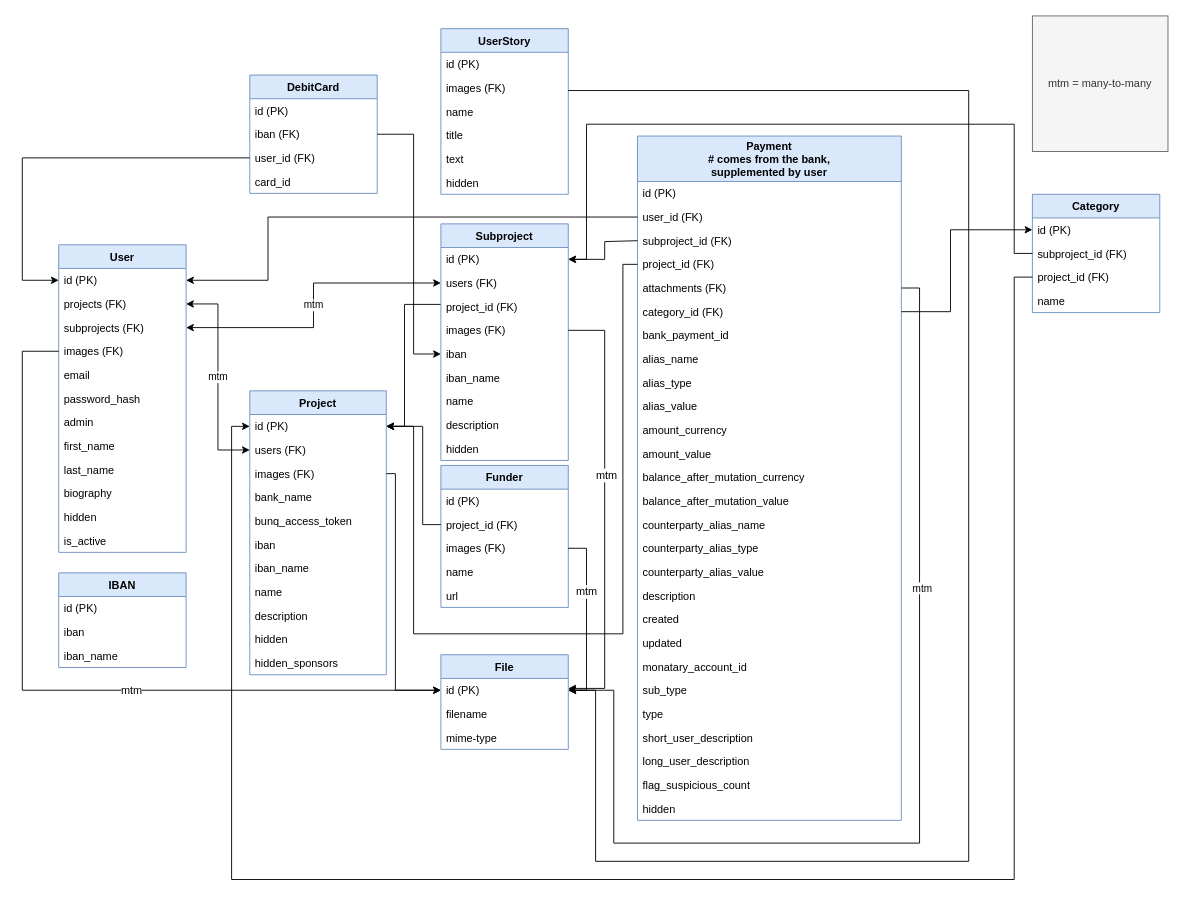
Above: open_poen_database_schema.drawio in openstate/open-poen (draw.io), before the change. Source tidied: cells renumbered, new cells numbered last; positions are measured from the earlier drawing's top-left corner, leaving out a move shared by most shapes. Both pictures are drawn from the tidied source at 91%, with x=0, y=0 at pixel (22, 15).
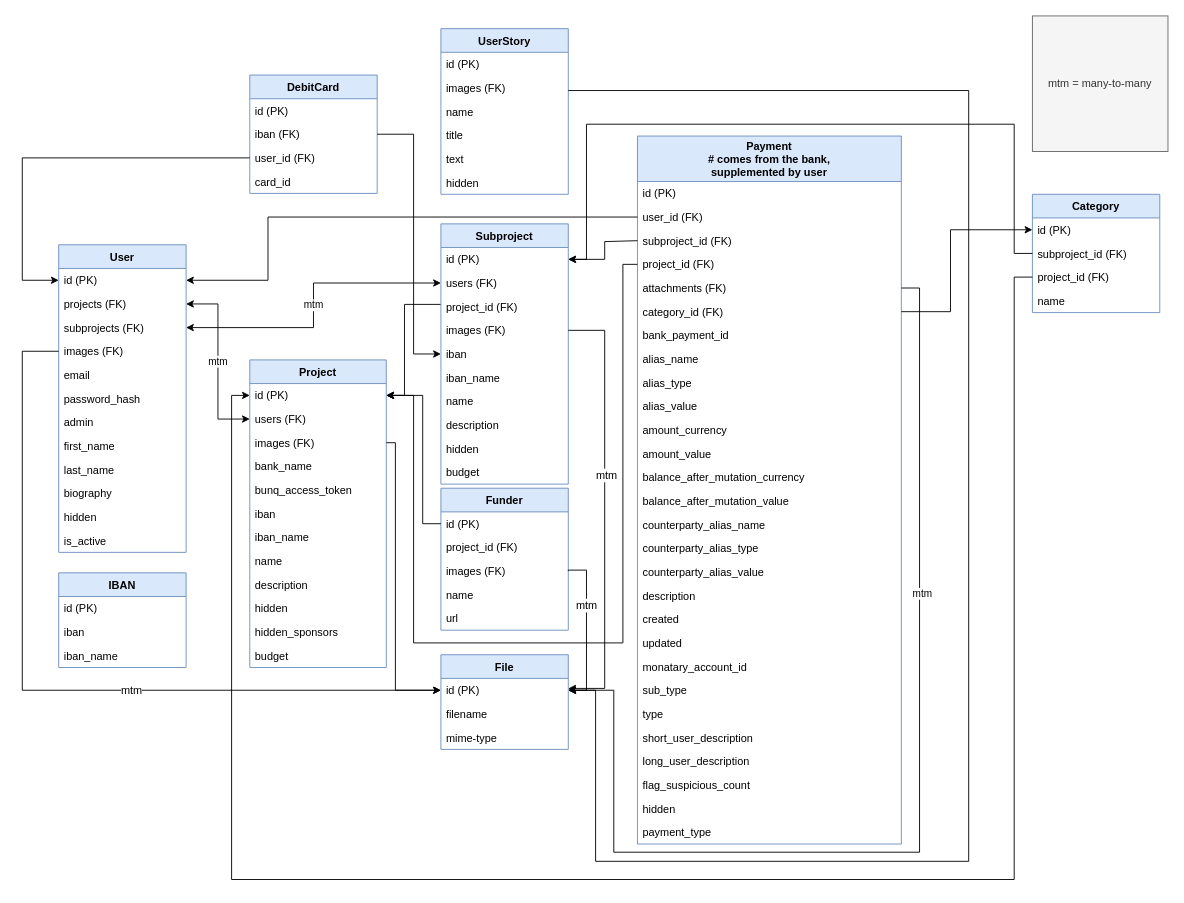
After the change.

Commit message:
Update database schema

Unchanged cells that the change refers to:
```xml
<mxCell id="6" value="project_id (FK)&#10;" style="text;strokeColor=none;fillColor=none;align=left;verticalAlign=top;spacingLeft=4;spacingRight=4;overflow=hidden;points=[[0,0.5],[1,0.5]];portConstraint=eastwest;" parent="2" vertex="1">
  <mxGeometry y="128" width="290" height="26" as="geometry" />
</mxCell>
<mxCell id="7" value="attachments (FK)" style="text;strokeColor=none;fillColor=none;align=left;verticalAlign=top;spacingLeft=4;spacingRight=4;overflow=hidden;points=[[0,0.5],[1,0.5]];portConstraint=eastwest;" parent="2" vertex="1">
  <mxGeometry y="154" width="290" height="26" as="geometry" />
</mxCell>
<mxCell id="45" value="id (PK)" style="text;strokeColor=none;fillColor=none;align=left;verticalAlign=top;spacingLeft=4;spacingRight=4;overflow=hidden;points=[[0,0.5],[1,0.5]];portConstraint=eastwest;" parent="44" vertex="1">
  <mxGeometry y="26" width="150" height="26" as="geometry" />
</mxCell>
<mxCell id="47" value="images (FK)" style="text;strokeColor=none;fillColor=none;align=left;verticalAlign=top;spacingLeft=4;spacingRight=4;overflow=hidden;points=[[0,0.5],[1,0.5]];portConstraint=eastwest;" parent="44" vertex="1">
  <mxGeometry y="78" width="150" height="26" as="geometry" />
</mxCell>
<mxCell id="60" value="project_id (FK)" style="text;strokeColor=none;fillColor=none;align=left;verticalAlign=top;spacingLeft=4;spacingRight=4;overflow=hidden;points=[[0,0.5],[1,0.5]];portConstraint=eastwest;" parent="57" vertex="1">
  <mxGeometry y="78" width="140" height="26" as="geometry" />
</mxCell>
<mxCell id="84" value="id (PK)" style="text;strokeColor=none;fillColor=none;align=left;verticalAlign=top;spacingLeft=4;spacingRight=4;overflow=hidden;points=[[0,0.5],[1,0.5]];portConstraint=eastwest;" parent="83" vertex="1">
  <mxGeometry y="26" width="140" height="26" as="geometry" />
</mxCell>
<mxCell id="85" value="project_id (FK)&#10;" style="text;strokeColor=none;fillColor=none;align=left;verticalAlign=top;spacingLeft=4;spacingRight=4;overflow=hidden;points=[[0,0.5],[1,0.5]];portConstraint=eastwest;" parent="83" vertex="1">
  <mxGeometry y="52" width="140" height="26" as="geometry" />
</mxCell>
<mxCell id="86" value="images (FK)" style="text;strokeColor=none;fillColor=none;align=left;verticalAlign=top;spacingLeft=4;spacingRight=4;overflow=hidden;points=[[0,0.5],[1,0.5]];portConstraint=eastwest;" parent="83" vertex="1">
  <mxGeometry y="78" width="140" height="26" as="geometry" />
</mxCell>
<mxCell id="96" value="id (PK)" style="text;strokeColor=none;fillColor=none;align=left;verticalAlign=top;spacingLeft=4;spacingRight=4;overflow=hidden;points=[[0,0.5],[1,0.5]];portConstraint=eastwest;" parent="95" vertex="1">
  <mxGeometry y="26" width="140" height="26" as="geometry" />
</mxCell>
<mxCell id="112" value="project_id (FK)" style="text;strokeColor=none;fillColor=none;align=left;verticalAlign=top;spacingLeft=4;spacingRight=4;overflow=hidden;points=[[0,0.5],[1,0.5]];portConstraint=eastwest;" parent="109" vertex="1">
  <mxGeometry y="78" width="140" height="26" as="geometry" />
</mxCell>
```

Diff of the diagram source:
```diff
@@
     <mxCell id="2" value="Payment&#10;# comes from the bank,&#10;supplemented by user" style="swimlane;fontStyle=1;horizontal=1;startSize=50;fillColor=#dae8fc;strokeColor=#6c8ebf;" parent="1" vertex="1">
-      <mxGeometry x="676" y="132" width="290" height="752" as="geometry" />
+      <mxGeometry x="676" y="132" width="290" height="778" as="geometry" />
     </mxCell>
@@
+    <mxCell id="119" value="payment_type" style="text;strokeColor=none;fillColor=none;align=left;verticalAlign=top;spacingLeft=4;spacingRight=4;overflow=hidden;" parent="2" vertex="1">
+      <mxGeometry y="752" width="290" height="26" as="geometry" />
+    </mxCell>
@@
     <mxCell id="44" value="Project" style="swimlane;fontStyle=1;horizontal=1;startSize=26;fillColor=#dae8fc;strokeColor=#6c8ebf;" parent="1" vertex="1">
-      <mxGeometry x="250" y="412" width="150" height="312" as="geometry" />
+      <mxGeometry x="250" y="378" width="150" height="338" as="geometry" />
     </mxCell>
@@
-    <mxCell id="55" value="hidden_sponsors&#10;" style="text;strokeColor=none;fillColor=none;align=left;verticalAlign=top;spacingLeft=4;spacingRight=4;overflow=hidden;" parent="44" vertex="1">
+    <mxCell id="55" value="hidden_sponsors" style="text;strokeColor=none;fillColor=none;align=left;verticalAlign=top;spacingLeft=4;spacingRight=4;overflow=hidden;" parent="44" vertex="1">
       <mxGeometry y="286" width="150" height="26" as="geometry" />
     </mxCell>
+    <mxCell id="120" value="budget" style="text;strokeColor=none;fillColor=none;align=left;verticalAlign=top;spacingLeft=4;spacingRight=4;overflow=hidden;" parent="44" vertex="1">
+      <mxGeometry y="312" width="150" height="26" as="geometry" />
+    </mxCell>
     <mxCell id="56" style="edgeStyle=orthogonalEdgeStyle;rounded=0;jettySize=auto;html=1;entryX=1;entryY=0.5;entryDx=0;entryDy=0;" parent="1" edge="1" source="60" target="45">
       <mxGeometry relative="1" as="geometry">
         <Array as="points">
           <mxPoint x="420" y="317" />
-          <mxPoint x="420" y="451" />
+          <mxPoint x="420" y="417" />
         </Array>
       </mxGeometry>
     </mxCell>
     <mxCell id="57" value="Subproject" style="swimlane;fontStyle=1;horizontal=1;startSize=26;fillColor=#dae8fc;strokeColor=#6c8ebf;" parent="1" vertex="1">
-      <mxGeometry x="460" y="228.5" width="140" height="260" as="geometry" />
+      <mxGeometry x="460" y="228.5" width="140" height="286" as="geometry" />
     </mxCell>
@@
+    <mxCell id="121" value="budget" style="text;strokeColor=none;fillColor=none;align=left;verticalAlign=top;spacingLeft=4;spacingRight=4;overflow=hidden;" parent="57" vertex="1">
+      <mxGeometry y="260" width="140" height="26" as="geometry" />
+    </mxCell>
@@
     <mxCell id="83" value="Funder" style="swimlane;fontStyle=1;horizontal=1;startSize=26;fillColor=#dae8fc;strokeColor=#6c8ebf;" parent="1" vertex="1">
-      <mxGeometry x="460" y="494" width="140" height="156" as="geometry" />
+      <mxGeometry x="460" y="519" width="140" height="156" as="geometry" />
     </mxCell>
@@
     <mxCell id="89" style="edgeStyle=orthogonalEdgeStyle;rounded=0;jettySize=auto;html=1;entryX=1;entryY=0.5;entryDx=0;entryDy=0;exitX=0;exitY=0.5;exitDx=0;exitDy=0;" parent="1" edge="1" source="6" target="45">
       <mxGeometry relative="1" as="geometry">
         <Array as="points">
           <mxPoint x="660" y="273" />
-          <mxPoint x="660" y="679" />
-          <mxPoint x="430" y="679" />
-          <mxPoint x="430" y="451" />
+          <mxPoint x="660" y="689" />
+          <mxPoint x="430" y="689" />
+          <mxPoint x="430" y="417" />
         </Array>
       </mxGeometry>
     </mxCell>
-    <mxCell id="90" style="edgeStyle=orthogonalEdgeStyle;rounded=0;jettySize=auto;html=1;" parent="1" edge="1" source="85" target="45">
-      <mxGeometry relative="1" as="geometry">
-        <Array as="points">
-          <mxPoint x="440" y="559" />
-          <mxPoint x="440" y="451" />
-        </Array>
-      </mxGeometry>
-    </mxCell>
@@
     <mxCell id="105" style="edgeStyle=orthogonalEdgeStyle;rounded=0;jettySize=auto;html=1;entryX=0;entryY=0.5;entryDx=0;entryDy=0;startArrow=none;startFill=0;exitX=1;exitY=0.5;exitDx=0;exitDy=0;" parent="1" edge="1" source="47" target="96">
       <mxGeometry relative="1" as="geometry">
         <Array as="points">
-          <mxPoint x="410" y="503" />
+          <mxPoint x="410" y="469" />
           <mxPoint x="410" y="741" />
         </Array>
       </mxGeometry>
     </mxCell>
     <mxCell id="106" style="edgeStyle=orthogonalEdgeStyle;rounded=0;jettySize=auto;html=1;entryX=1;entryY=0.5;entryDx=0;entryDy=0;startArrow=none;startFill=0;exitX=1;exitY=0.5;exitDx=0;exitDy=0;" parent="1" edge="1" source="86" target="96">
       <mxGeometry relative="1" as="geometry">
         <Array as="points">
-          <mxPoint x="620" y="585" />
+          <mxPoint x="600" y="609" />
+          <mxPoint x="620" y="609" />
           <mxPoint x="620" y="741" />
         </Array>
       </mxGeometry>
     </mxCell>
@@
     <mxCell id="115" style="edgeStyle=orthogonalEdgeStyle;rounded=0;jettySize=auto;html=1;entryX=0;entryY=0.5;entryDx=0;entryDy=0;" parent="1" edge="1" source="112" target="45">
       <mxGeometry relative="1" as="geometry">
         <Array as="points">
           <mxPoint x="1090" y="287" />
           <mxPoint x="1090" y="949" />
           <mxPoint x="230" y="949" />
-          <mxPoint x="230" y="451" />
+          <mxPoint x="230" y="417" />
         </Array>
       </mxGeometry>
     </mxCell>
@@
     <mxCell id="117" style="edgeStyle=orthogonalEdgeStyle;rounded=0;jettySize=auto;html=1;exitX=1;exitY=0.5;exitDx=0;exitDy=0;entryX=1;entryY=0.5;entryDx=0;entryDy=0;" parent="1" edge="1" source="7" target="96">
       <mxGeometry relative="1" as="geometry">
         <Array as="points">
           <mxPoint x="986" y="299" />
-          <mxPoint x="986" y="909" />
-          <mxPoint x="650" y="909" />
+          <mxPoint x="986" y="919" />
+          <mxPoint x="650" y="919" />
           <mxPoint x="650" y="741" />
         </Array>
       </mxGeometry>
     </mxCell>
@@
+    <mxCell id="122" style="edgeStyle=orthogonalEdgeStyle;rounded=0;jettySize=auto;html=1;entryX=1;entryY=0.5;entryDx=0;entryDy=0;" parent="1" edge="1" source="84" target="45">
+      <mxGeometry relative="1" as="geometry">
+        <Array as="points">
+          <mxPoint x="440" y="558" />
+          <mxPoint x="440" y="417" />
+        </Array>
+      </mxGeometry>
+    </mxCell>
```
